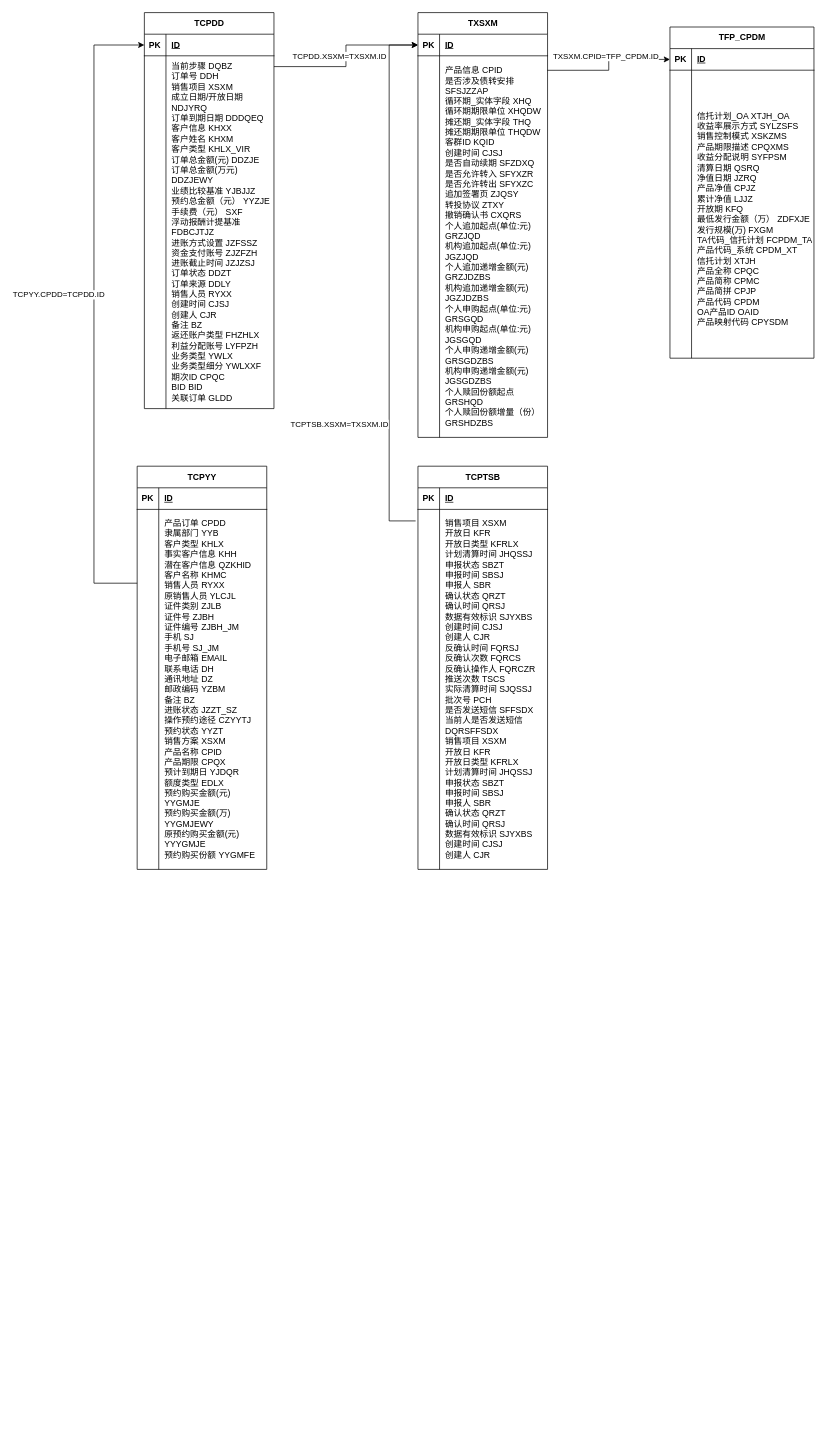
The draw.io diagram 申报汇总查询.drawio in LowProgrammer/drawIo, before the edit. Source tidied: cells renumbered, new cells numbered last; positions are measured from the earlier drawing's top-left corner, leaving out a move shared by most shapes. Both pictures are drawn from the tidied source at 72%, with x=0, y=0 at pixel (94, 12).
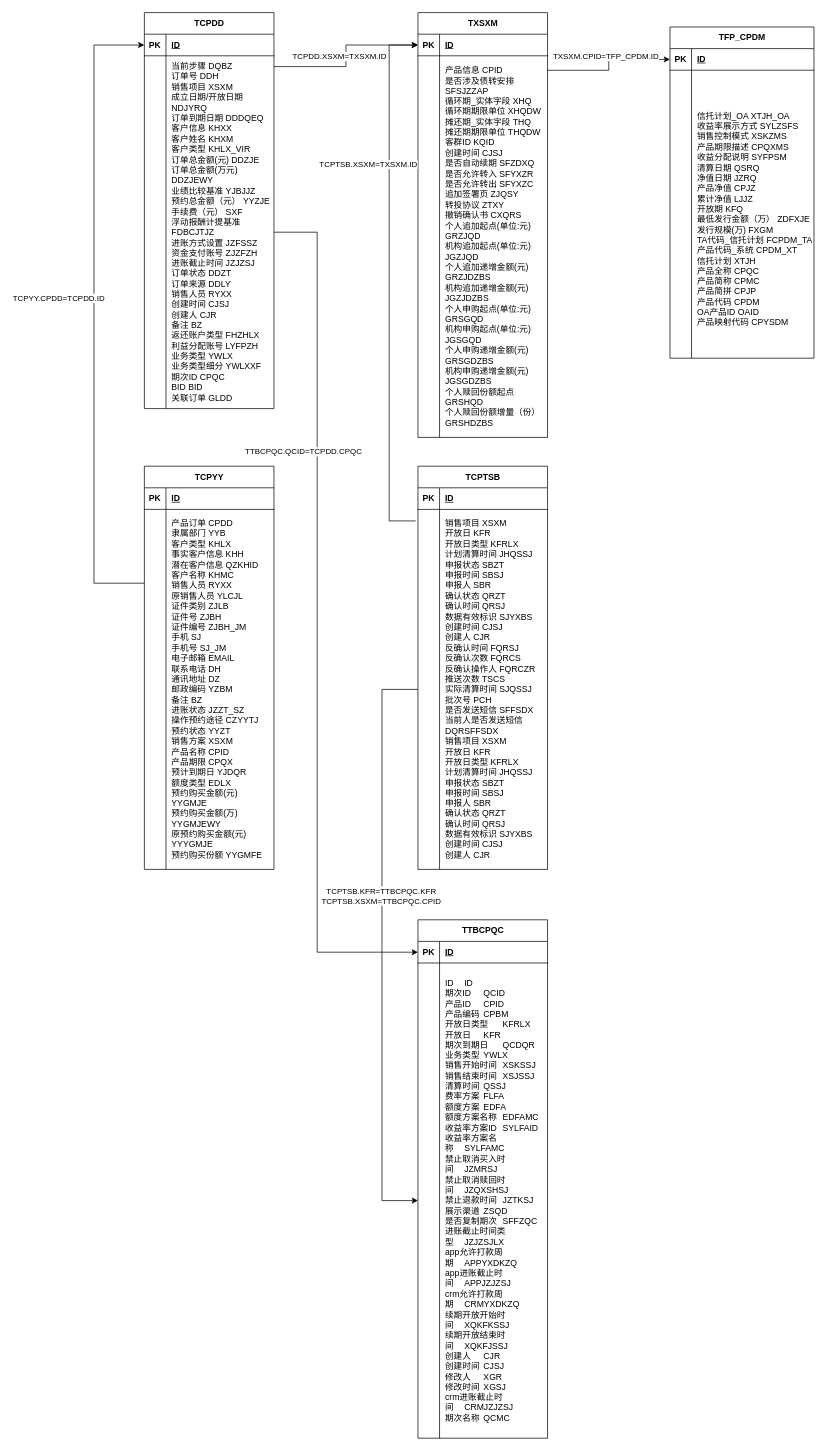
Above is the later version.

Commit message:
更新申报汇总查询.drawio

The change refers to these unchanged cells:
```xml
<mxCell id="6" style="shape=tableRow;horizontal=0;startSize=0;swimlaneHead=0;swimlaneBody=0;fillColor=none;points=[[0,0.5],[1,0.5]];portConstraint=eastwest;top=0;left=0;right=0;bottom=0;" parent="2" vertex="1">
  <mxGeometry y="60" width="180" height="490" as="geometry" />
</mxCell>
<mxCell id="27" style="edgeStyle=orthogonalEdgeStyle;rounded=0;jettySize=auto;html=1;entryX=0;entryY=0.5;entryDx=0;entryDy=0;exitX=-0.018;exitY=0.032;exitDx=0;exitDy=0;exitPerimeter=0;" parent="1" edge="1" source="42" target="12">
  <mxGeometry relative="1" as="geometry">
    <Array as="points">
      <mxPoint x="410" y="706" />
      <mxPoint x="410" y="45" />
    </Array>
  </mxGeometry>
</mxCell>
<mxCell id="42" style="shape=tableRow;horizontal=0;startSize=0;swimlaneHead=0;swimlaneBody=0;fillColor=none;points=[[0,0.5],[1,0.5]];portConstraint=eastwest;top=0;left=0;right=0;bottom=0;" parent="38" vertex="1">
  <mxGeometry y="60" width="180" height="500" as="geometry" />
</mxCell>
```

The edit, as a diff of the source:
```diff
@@
     <mxCell id="28" value="TCPTSB.XSXM=TXSXM.ID" style="edgeLabel;html=1;align=center;verticalAlign=middle;" parent="27" vertex="1">
       <mxGeometry x="-0.43" y="1" relative="1" as="geometry">
-        <mxPoint x="-69" y="39" as="offset" />
+        <mxPoint x="-29" y="-322" as="offset" />
       </mxGeometry>
     </mxCell>
@@
     <mxCell id="31" value="TCPYY" style="shape=table;startSize=30;childLayout=tableLayout;rowLines=0;fontStyle=1;align=center;html=1;" parent="1" vertex="1">
-      <mxGeometry x="60" y="630" width="180" height="560" as="geometry" />
+      <mxGeometry x="70" y="630" width="180" height="560" as="geometry" />
     </mxCell>
@@
+    <mxCell id="45" value="TTBCPQC" style="shape=table;startSize=30;childLayout=tableLayout;rowLines=0;fontStyle=1;align=center;html=1;" parent="1" vertex="1">
+      <mxGeometry x="450" y="1260" width="180" height="720" as="geometry" />
+    </mxCell>
+    <mxCell id="46" style="shape=tableRow;horizontal=0;startSize=0;swimlaneHead=0;swimlaneBody=0;fillColor=none;points=[[0,0.5],[1,0.5]];portConstraint=eastwest;top=0;left=0;right=0;bottom=1;" parent="45" vertex="1">
+      <mxGeometry y="30" width="180" height="30" as="geometry" />
+    </mxCell>
+    <mxCell id="47" value="PK" style="shape=partialRectangle;fillColor=none;top=0;left=0;bottom=0;right=0;fontStyle=1;overflow=hidden;whiteSpace=wrap;html=1;" parent="46" vertex="1">
+      <mxGeometry width="30" height="30" as="geometry" />
+    </mxCell>
+    <mxCell id="48" value="ID" style="shape=partialRectangle;fillColor=none;top=0;left=0;bottom=0;right=0;align=left;spacingLeft=6;fontStyle=5;overflow=hidden;whiteSpace=wrap;html=1;" parent="46" vertex="1">
+      <mxGeometry x="30" width="150" height="30" as="geometry" />
+    </mxCell>
+    <mxCell id="49" style="shape=tableRow;horizontal=0;startSize=0;swimlaneHead=0;swimlaneBody=0;fillColor=none;points=[[0,0.5],[1,0.5]];portConstraint=eastwest;top=0;left=0;right=0;bottom=0;" parent="45" vertex="1">
+      <mxGeometry y="60" width="180" height="660" as="geometry" />
+    </mxCell>
+    <mxCell id="50" style="shape=partialRectangle;fillColor=none;top=0;left=0;bottom=0;right=0;overflow=hidden;whiteSpace=wrap;html=1;" parent="49" vertex="1">
+      <mxGeometry width="30" height="660" as="geometry" />
+    </mxCell>
+    <mxCell id="51" value="&lt;div&gt;ID&lt;span style=&quot;white-space:pre&quot;&gt;&#9;&lt;/span&gt;ID&lt;/div&gt;&lt;div&gt;期次ID&lt;span style=&quot;white-space:pre&quot;&gt;&#9;&lt;/span&gt;QCID&lt;/div&gt;&lt;div&gt;产品ID&lt;span style=&quot;white-space:pre&quot;&gt;&#9;&lt;/span&gt;CPID&lt;/div&gt;&lt;div&gt;产品编码&lt;span style=&quot;white-space:pre&quot;&gt;&#9;&lt;/span&gt;CPBM&lt;/div&gt;&lt;div&gt;开放日类型&lt;span style=&quot;white-space:pre&quot;&gt;&#9;&lt;/span&gt;KFRLX&lt;/div&gt;&lt;div&gt;开放日&lt;span style=&quot;white-space:pre&quot;&gt;&#9;&lt;/span&gt;KFR&lt;/div&gt;&lt;div&gt;期次到期日&lt;span style=&quot;white-space:pre&quot;&gt;&#9;&lt;/span&gt;QCDQR&lt;/div&gt;&lt;div&gt;业务类型&lt;span style=&quot;white-space:pre&quot;&gt;&#9;&lt;/span&gt;YWLX&lt;/div&gt;&lt;div&gt;销售开始时间&lt;span style=&quot;white-space:pre&quot;&gt;&#9;&lt;/span&gt;XSKSSJ&lt;/div&gt;&lt;div&gt;销售结束时间&lt;span style=&quot;white-space:pre&quot;&gt;&#9;&lt;/span&gt;XSJSSJ&lt;/div&gt;&lt;div&gt;清算时间&lt;span style=&quot;white-space:pre&quot;&gt;&#9;&lt;/span&gt;QSSJ&lt;/div&gt;&lt;div&gt;费率方案&lt;span style=&quot;white-space:pre&quot;&gt;&#9;&lt;/span&gt;FLFA&lt;/div&gt;&lt;div&gt;额度方案&lt;span style=&quot;white-space:pre&quot;&gt;&#9;&lt;/span&gt;EDFA&lt;/div&gt;&lt;div&gt;额度方案名称&lt;span style=&quot;white-space:pre&quot;&gt;&#9;&lt;/span&gt;EDFAMC&lt;/div&gt;&lt;div&gt;收益率方案ID&lt;span style=&quot;white-space:pre&quot;&gt;&#9;&lt;/span&gt;SYLFAID&lt;/div&gt;&lt;div&gt;收益率方案名称&lt;span style=&quot;white-space:pre&quot;&gt;&#9;&lt;/span&gt;SYLFAMC&lt;/div&gt;&lt;div&gt;禁止取消买入时间&lt;span style=&quot;white-space:pre&quot;&gt;&#9;&lt;/span&gt;JZMRSJ&lt;/div&gt;&lt;div&gt;禁止取消赎回时间&lt;span style=&quot;white-space:pre&quot;&gt;&#9;&lt;/span&gt;JZQXSHSJ&lt;/div&gt;&lt;div&gt;禁止退款时间&lt;span style=&quot;white-space:pre&quot;&gt;&#9;&lt;/span&gt;JZTKSJ&lt;/div&gt;&lt;div&gt;展示渠道&lt;span style=&quot;white-space:pre&quot;&gt;&#9;&lt;/span&gt;ZSQD&lt;/div&gt;&lt;div&gt;是否复制期次&lt;span style=&quot;white-space:pre&quot;&gt;&#9;&lt;/span&gt;SFFZQC&lt;/div&gt;&lt;div&gt;进账截止时间类型&lt;span style=&quot;white-space:pre&quot;&gt;&#9;&lt;/span&gt;JZJZSJLX&lt;/div&gt;&lt;div&gt;app允许打款周期&lt;span style=&quot;white-space:pre&quot;&gt;&#9;&lt;/span&gt;APPYXDKZQ&lt;/div&gt;&lt;div&gt;app进账截止时间&lt;span style=&quot;white-space:pre&quot;&gt;&#9;&lt;/span&gt;APPJZJZSJ&lt;/div&gt;&lt;div&gt;crm允许打款周期&lt;span style=&quot;white-space:pre&quot;&gt;&#9;&lt;/span&gt;CRMYXDKZQ&lt;/div&gt;&lt;div&gt;续期开放开始时间&lt;span style=&quot;white-space:pre&quot;&gt;&#9;&lt;/span&gt;XQKFKSSJ&lt;/div&gt;&lt;div&gt;续期开放结束时间&lt;span style=&quot;white-space:pre&quot;&gt;&#9;&lt;/span&gt;XQKFJSSJ&lt;/div&gt;&lt;div&gt;创建人&lt;span style=&quot;white-space:pre&quot;&gt;&#9;&lt;/span&gt;CJR&lt;/div&gt;&lt;div&gt;创建时间&lt;span style=&quot;white-space:pre&quot;&gt;&#9;&lt;/span&gt;CJSJ&lt;/div&gt;&lt;div&gt;修改人&lt;span style=&quot;white-space:pre&quot;&gt;&#9;&lt;/span&gt;XGR&lt;/div&gt;&lt;div&gt;修改时间&lt;span style=&quot;white-space:pre&quot;&gt;&#9;&lt;/span&gt;XGSJ&lt;/div&gt;&lt;div&gt;crm进账截止时间&lt;span style=&quot;white-space:pre&quot;&gt;&#9;&lt;/span&gt;CRMJZJZSJ&lt;/div&gt;&lt;div&gt;期次名称&lt;span style=&quot;white-space:pre&quot;&gt;&#9;&lt;/span&gt;QCMC&lt;/div&gt;" style="shape=partialRectangle;fillColor=none;top=0;left=0;bottom=0;right=0;align=left;spacingLeft=6;overflow=hidden;whiteSpace=wrap;html=1;" parent="49" vertex="1">
+      <mxGeometry x="30" width="150" height="660" as="geometry" />
+    </mxCell>
+    <mxCell id="52" style="edgeStyle=orthogonalEdgeStyle;rounded=0;jettySize=auto;html=1;entryX=0;entryY=0.5;entryDx=0;entryDy=0;" parent="1" edge="1" source="6" target="46">
+      <mxGeometry relative="1" as="geometry">
+        <Array as="points">
+          <mxPoint x="310" y="305" />
+          <mxPoint x="310" y="1305" />
+        </Array>
+      </mxGeometry>
+    </mxCell>
+    <mxCell id="53" value="TTBCPQC.QCID=TCPDD.CPQC" style="edgeLabel;html=1;align=center;verticalAlign=middle;" parent="52" vertex="1">
+      <mxGeometry x="-0.27" y="-3" relative="1" as="geometry">
+        <mxPoint x="-17" y="-74" as="offset" />
+      </mxGeometry>
+    </mxCell>
+    <mxCell id="54" style="edgeStyle=orthogonalEdgeStyle;rounded=0;jettySize=auto;html=1;entryX=0;entryY=0.5;entryDx=0;entryDy=0;" parent="1" edge="1" source="42" target="49">
+      <mxGeometry relative="1" as="geometry">
+        <Array as="points">
+          <mxPoint x="400" y="940" />
+          <mxPoint x="400" y="1650" />
+        </Array>
+      </mxGeometry>
+    </mxCell>
+    <mxCell id="55" value="&lt;div&gt;TCPTSB.KFR=TTBCPQC.KFR&lt;/div&gt;&lt;div&gt;TCPTSB.XSXM=TTBCPQC.CPID&lt;/div&gt;" style="edgeLabel;html=1;align=center;verticalAlign=middle;" parent="54" vertex="1">
+      <mxGeometry x="-0.17" y="-2" relative="1" as="geometry" />
+    </mxCell>
```
